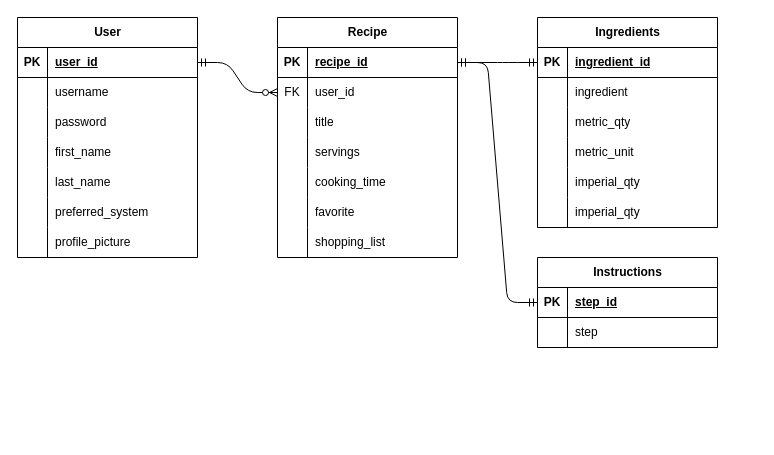
Above: schema.drawio in AlineTaylor/recipe-manager-api (draw.io), before the change. Source tidied: cells renumbered, new cells numbered last; positions are measured from the earlier drawing's top-left corner, leaving out a move shared by most shapes. Both pictures are drawn from the tidied source at 100%, with x=0, y=0 at pixel (17, 17).
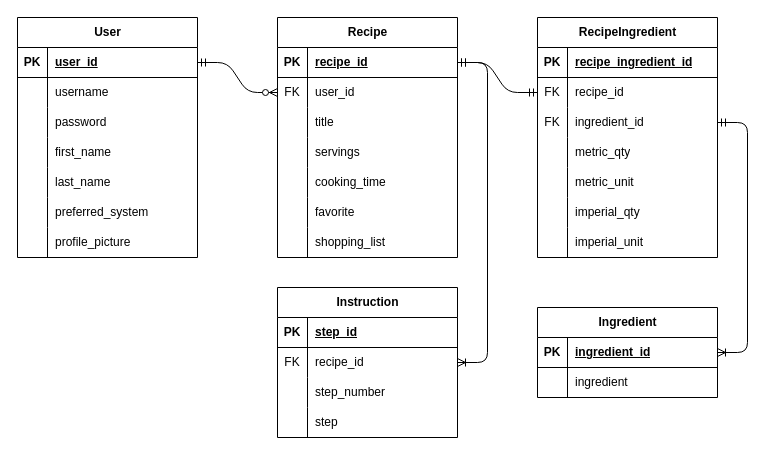
The same page after the edit.

Commit message:
Finalized ERD

The change refers to these unchanged cells:
```xml
<mxCell id="25" style="shape=tableRow;horizontal=0;startSize=0;swimlaneHead=0;swimlaneBody=0;fillColor=none;points=[[0,0.5],[1,0.5]];portConstraint=eastwest;top=0;left=0;right=0;bottom=1;" parent="24" vertex="1">
  <mxGeometry y="30" width="180" height="30" as="geometry" />
</mxCell>
<mxCell id="48" style="shape=tableRow;horizontal=0;startSize=0;swimlaneHead=0;swimlaneBody=0;fillColor=none;points=[[0,0.5],[1,0.5]];portConstraint=eastwest;top=0;left=0;right=0;bottom=1;" parent="47" vertex="1">
  <mxGeometry y="30" width="180" height="30" as="geometry" />
</mxCell>
<mxCell id="51" style="shape=tableRow;horizontal=0;startSize=0;swimlaneHead=0;swimlaneBody=0;fillColor=none;points=[[0,0.5],[1,0.5]];portConstraint=eastwest;top=0;left=0;right=0;bottom=0;" parent="47" vertex="1">
  <mxGeometry y="60" width="180" height="30" as="geometry" />
</mxCell>
<mxCell id="68" style="shape=tableRow;horizontal=0;startSize=0;swimlaneHead=0;swimlaneBody=0;fillColor=none;points=[[0,0.5],[1,0.5]];portConstraint=eastwest;top=0;left=0;right=0;bottom=1;" parent="67" vertex="1">
  <mxGeometry y="30" width="180" height="30" as="geometry" />
</mxCell>
```

The edit, as a diff of the source:
```diff
@@
-    <mxCell id="47" value="Ingredients" style="shape=table;startSize=30;childLayout=tableLayout;rowLines=0;fontStyle=1;align=center;html=1;" parent="1" vertex="1">
-      <mxGeometry x="520" width="180" height="210" as="geometry" />
+    <mxCell id="47" value="RecipeIngredient" style="shape=table;startSize=30;childLayout=tableLayout;rowLines=0;fontStyle=1;align=center;html=1;" parent="1" vertex="1">
+      <mxGeometry x="520" width="180" height="240" as="geometry" />
     </mxCell>
@@
-    <mxCell id="50" value="ingredient_id" style="shape=partialRectangle;fillColor=none;top=0;left=0;bottom=0;right=0;align=left;spacingLeft=6;fontStyle=5;overflow=hidden;whiteSpace=wrap;html=1;" parent="48" vertex="1">
+    <mxCell id="50" value="recipe_ingredient_id" style="shape=partialRectangle;fillColor=none;top=0;left=0;bottom=0;right=0;align=left;spacingLeft=6;fontStyle=5;overflow=hidden;whiteSpace=wrap;html=1;" parent="48" vertex="1">
       <mxGeometry x="30" width="150" height="30" as="geometry" />
     </mxCell>
@@
-    <mxCell id="52" style="shape=partialRectangle;fillColor=none;top=0;left=0;bottom=0;right=0;overflow=hidden;whiteSpace=wrap;html=1;" parent="51" vertex="1">
+    <mxCell id="52" value="FK" style="shape=partialRectangle;fillColor=none;top=0;left=0;bottom=0;right=0;overflow=hidden;whiteSpace=wrap;html=1;" parent="51" vertex="1">
       <mxGeometry width="30" height="30" as="geometry" />
     </mxCell>
-    <mxCell id="53" value="ingredient" style="shape=partialRectangle;fillColor=none;top=0;left=0;bottom=0;right=0;align=left;spacingLeft=6;overflow=hidden;whiteSpace=wrap;html=1;" parent="51" vertex="1">
+    <mxCell id="53" value="recipe_id" style="shape=partialRectangle;fillColor=none;top=0;left=0;bottom=0;right=0;align=left;spacingLeft=6;overflow=hidden;whiteSpace=wrap;html=1;" parent="51" vertex="1">
       <mxGeometry x="30" width="150" height="30" as="geometry" />
     </mxCell>
+    <mxCell id="75" style="shape=tableRow;horizontal=0;startSize=0;swimlaneHead=0;swimlaneBody=0;fillColor=none;points=[[0,0.5],[1,0.5]];portConstraint=eastwest;top=0;left=0;right=0;bottom=0;" parent="47" vertex="1">
+      <mxGeometry y="90" width="180" height="30" as="geometry" />
+    </mxCell>
+    <mxCell id="76" value="FK" style="shape=partialRectangle;fillColor=none;top=0;left=0;bottom=0;right=0;overflow=hidden;whiteSpace=wrap;html=1;" parent="75" vertex="1">
+      <mxGeometry width="30" height="30" as="geometry" />
+    </mxCell>
+    <mxCell id="77" value="ingredient_id" style="shape=partialRectangle;fillColor=none;top=0;left=0;bottom=0;right=0;align=left;spacingLeft=6;overflow=hidden;whiteSpace=wrap;html=1;" parent="75" vertex="1">
+      <mxGeometry x="30" width="150" height="30" as="geometry" />
+    </mxCell>
     <mxCell id="54" style="shape=tableRow;horizontal=0;startSize=0;swimlaneHead=0;swimlaneBody=0;fillColor=none;top=0;left=0;right=0;bottom=0;" parent="47" vertex="1">
-      <mxGeometry y="90" width="180" height="30" as="geometry" />
+      <mxGeometry y="120" width="180" height="30" as="geometry" />
     </mxCell>
@@
     <mxCell id="57" style="shape=tableRow;horizontal=0;startSize=0;swimlaneHead=0;swimlaneBody=0;fillColor=none;top=0;left=0;right=0;bottom=0;" parent="47" vertex="1">
-      <mxGeometry y="120" width="180" height="30" as="geometry" />
+      <mxGeometry y="150" width="180" height="30" as="geometry" />
     </mxCell>
@@
     <mxCell id="60" style="shape=tableRow;horizontal=0;startSize=0;swimlaneHead=0;swimlaneBody=0;fillColor=none;top=0;left=0;right=0;bottom=0;" parent="47" vertex="1">
-      <mxGeometry y="150" width="180" height="30" as="geometry" />
+      <mxGeometry y="180" width="180" height="30" as="geometry" />
     </mxCell>
@@
     <mxCell id="63" style="shape=tableRow;horizontal=0;startSize=0;swimlaneHead=0;swimlaneBody=0;fillColor=none;top=0;left=0;right=0;bottom=0;" parent="47" vertex="1">
-      <mxGeometry y="180" width="180" height="30" as="geometry" />
+      <mxGeometry y="210" width="180" height="30" as="geometry" />
     </mxCell>
@@
-    <mxCell id="65" value="imperial_qty" style="shape=partialRectangle;fillColor=none;top=0;left=0;bottom=0;right=0;align=left;spacingLeft=6;overflow=hidden;whiteSpace=wrap;html=1;" parent="63" vertex="1">
+    <mxCell id="65" value="imperial_unit" style="shape=partialRectangle;fillColor=none;top=0;left=0;bottom=0;right=0;align=left;spacingLeft=6;overflow=hidden;whiteSpace=wrap;html=1;" parent="63" vertex="1">
       <mxGeometry x="30" width="150" height="30" as="geometry" />
     </mxCell>
-    <mxCell id="66" style="edgeStyle=entityRelationEdgeStyle;fontSize=12;html=1;endArrow=ERmandOne;startArrow=ERmandOne;exitX=1;exitY=0.5;exitDx=0;exitDy=0;entryX=0;entryY=0.5;entryDx=0;entryDy=0;" parent="1" edge="1" source="25" target="48">
+    <mxCell id="66" style="edgeStyle=entityRelationEdgeStyle;fontSize=12;html=1;endArrow=ERmandOne;startArrow=ERmandOne;exitX=1;exitY=0.5;exitDx=0;exitDy=0;entryX=0;entryY=0.5;entryDx=0;entryDy=0;" parent="1" edge="1" source="25" target="51">
       <mxGeometry relative="1" as="geometry" />
     </mxCell>
-    <mxCell id="67" value="Instructions" style="shape=table;startSize=30;childLayout=tableLayout;rowLines=0;fontStyle=1;align=center;html=1;" parent="1" vertex="1">
-      <mxGeometry x="520" y="240" width="180" height="90" as="geometry" />
+    <mxCell id="67" value="Instruction" style="shape=table;startSize=30;childLayout=tableLayout;rowLines=0;fontStyle=1;align=center;html=1;" parent="1" vertex="1">
+      <mxGeometry x="260" y="270" width="180" height="150" as="geometry" />
     </mxCell>
@@
+    <mxCell id="78" style="shape=tableRow;horizontal=0;startSize=0;swimlaneHead=0;swimlaneBody=0;fillColor=none;points=[[0,0.5],[1,0.5]];portConstraint=eastwest;top=0;left=0;right=0;bottom=0;" parent="67" vertex="1">
+      <mxGeometry y="60" width="180" height="30" as="geometry" />
+    </mxCell>
+    <mxCell id="79" value="FK" style="shape=partialRectangle;fillColor=none;top=0;left=0;bottom=0;right=0;overflow=hidden;whiteSpace=wrap;html=1;" parent="78" vertex="1">
+      <mxGeometry width="30" height="30" as="geometry" />
+    </mxCell>
+    <mxCell id="80" value="recipe_id" style="shape=partialRectangle;fillColor=none;top=0;left=0;bottom=0;right=0;align=left;spacingLeft=6;overflow=hidden;whiteSpace=wrap;html=1;" parent="78" vertex="1">
+      <mxGeometry x="30" width="150" height="30" as="geometry" />
+    </mxCell>
+    <mxCell id="81" style="shape=tableRow;horizontal=0;startSize=0;swimlaneHead=0;swimlaneBody=0;fillColor=none;top=0;left=0;right=0;bottom=0;" parent="67" vertex="1">
+      <mxGeometry y="90" width="180" height="30" as="geometry" />
+    </mxCell>
+    <mxCell id="82" style="shape=partialRectangle;fillColor=none;top=0;left=0;bottom=0;right=0;overflow=hidden;whiteSpace=wrap;html=1;" parent="81" vertex="1">
+      <mxGeometry width="30" height="30" as="geometry" />
+    </mxCell>
+    <mxCell id="83" value="step_number" style="shape=partialRectangle;fillColor=none;top=0;left=0;bottom=0;right=0;align=left;spacingLeft=6;overflow=hidden;whiteSpace=wrap;html=1;" parent="81" vertex="1">
+      <mxGeometry x="30" width="150" height="30" as="geometry" />
+    </mxCell>
     <mxCell id="71" style="shape=tableRow;horizontal=0;startSize=0;swimlaneHead=0;swimlaneBody=0;fillColor=none;top=0;left=0;right=0;bottom=0;" parent="67" vertex="1">
-      <mxGeometry y="60" width="180" height="30" as="geometry" />
+      <mxGeometry y="120" width="180" height="30" as="geometry" />
     </mxCell>
@@
-    <mxCell id="74" style="edgeStyle=entityRelationEdgeStyle;fontSize=12;html=1;endArrow=ERmandOne;startArrow=ERmandOne;exitX=1;exitY=0.5;exitDx=0;exitDy=0;entryX=0;entryY=0.5;entryDx=0;entryDy=0;" parent="1" edge="1" source="25" target="68">
-      <mxGeometry relative="1" as="geometry" />
-    </mxCell>
+    <mxCell id="84" value="Ingredient" style="shape=table;startSize=30;childLayout=tableLayout;rowLines=0;fontStyle=1;align=center;html=1;" parent="1" vertex="1">
+      <mxGeometry x="520" y="290" width="180" height="90" as="geometry" />
+    </mxCell>
+    <mxCell id="85" style="shape=tableRow;horizontal=0;startSize=0;swimlaneHead=0;swimlaneBody=0;fillColor=none;points=[[0,0.5],[1,0.5]];portConstraint=eastwest;top=0;left=0;right=0;bottom=1;" parent="84" vertex="1">
+      <mxGeometry y="30" width="180" height="30" as="geometry" />
+    </mxCell>
+    <mxCell id="86" value="PK" style="shape=partialRectangle;fillColor=none;top=0;left=0;bottom=0;right=0;fontStyle=1;overflow=hidden;whiteSpace=wrap;html=1;" parent="85" vertex="1">
+      <mxGeometry width="30" height="30" as="geometry" />
+    </mxCell>
+    <mxCell id="87" value="ingredient_id" style="shape=partialRectangle;fillColor=none;top=0;left=0;bottom=0;right=0;align=left;spacingLeft=6;fontStyle=5;overflow=hidden;whiteSpace=wrap;html=1;" parent="85" vertex="1">
+      <mxGeometry x="30" width="150" height="30" as="geometry" />
+    </mxCell>
+    <mxCell id="88" style="shape=tableRow;horizontal=0;startSize=0;swimlaneHead=0;swimlaneBody=0;fillColor=none;top=0;left=0;right=0;bottom=0;" parent="84" vertex="1">
+      <mxGeometry y="60" width="180" height="30" as="geometry" />
+    </mxCell>
+    <mxCell id="89" style="shape=partialRectangle;fillColor=none;top=0;left=0;bottom=0;right=0;overflow=hidden;whiteSpace=wrap;html=1;" parent="88" vertex="1">
+      <mxGeometry width="30" height="30" as="geometry" />
+    </mxCell>
+    <mxCell id="90" value="ingredient" style="shape=partialRectangle;fillColor=none;top=0;left=0;bottom=0;right=0;align=left;spacingLeft=6;overflow=hidden;whiteSpace=wrap;html=1;" parent="88" vertex="1">
+      <mxGeometry x="30" width="150" height="30" as="geometry" />
+    </mxCell>
+    <mxCell id="91" style="edgeStyle=entityRelationEdgeStyle;fontSize=12;html=1;endArrow=ERoneToMany;startArrow=ERmandOne;entryX=1;entryY=0.5;entryDx=0;entryDy=0;exitX=1;exitY=0.5;exitDx=0;exitDy=0;" parent="1" edge="1" source="25" target="78">
+      <mxGeometry relative="1" as="geometry" />
+    </mxCell>
+    <mxCell id="92" style="edgeStyle=entityRelationEdgeStyle;fontSize=12;html=1;endArrow=ERoneToMany;startArrow=ERmandOne;exitX=1;exitY=0.5;exitDx=0;exitDy=0;" parent="1" edge="1" source="75" target="85">
+      <mxGeometry relative="1" as="geometry" />
+    </mxCell>
```
